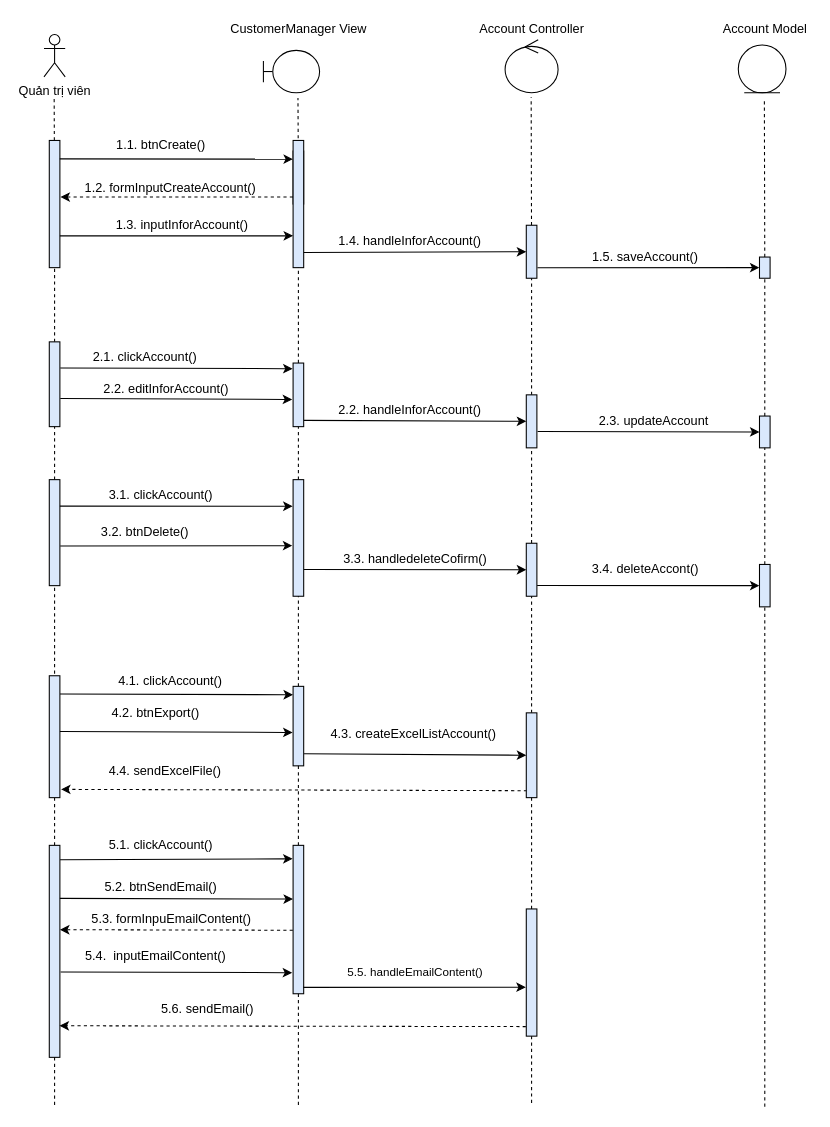
Above: Nam3_HK1/CNPM_SoftTech/Sequence Diagrams/Quân Huỳnh/SD_QuảnLíKháchHàng.drawio in EdgarIgnite16/SGU-Course (draw.io), before the change. Source tidied: cells renumbered, new cells numbered last; positions are measured from the earlier drawing's top-left corner, leaving out a move shared by most shapes. Both pictures are drawn from the tidied source at 106%, with x=0, y=0 at pixel (43, 18).
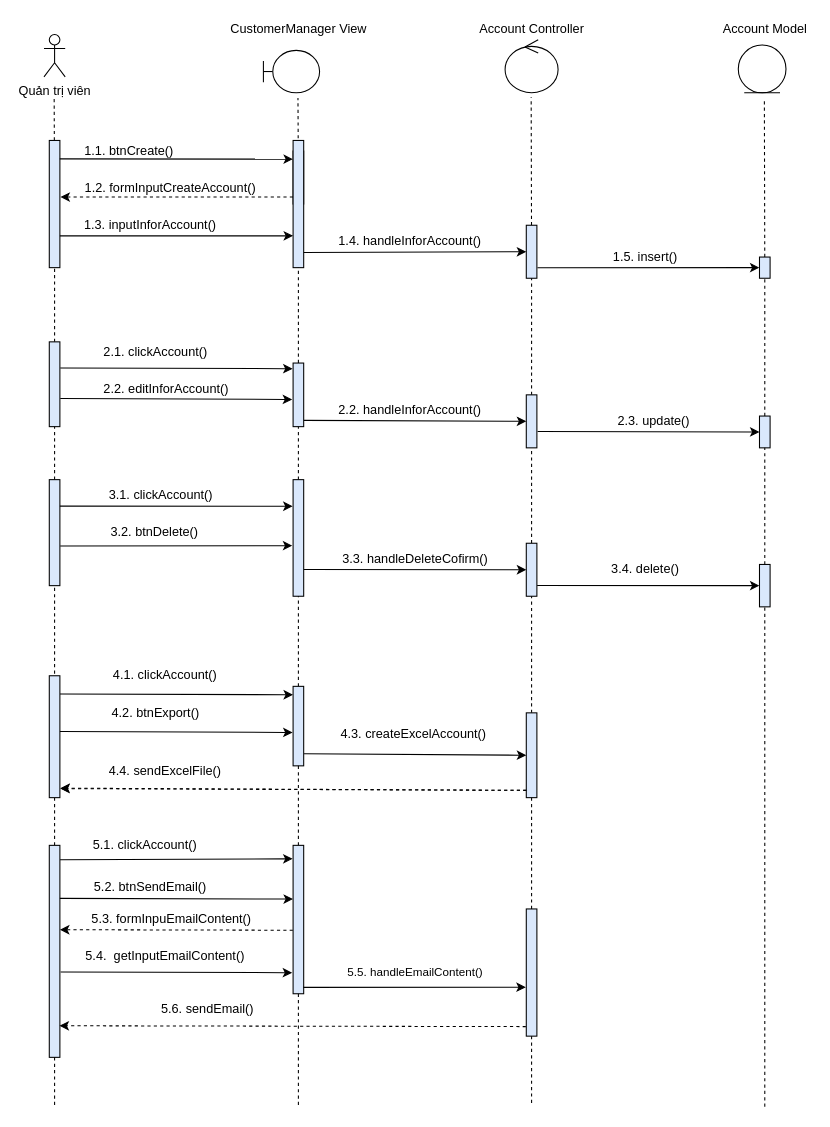
After the change.

The change refers to these unchanged cells:
```xml
<mxCell id="58" style="rounded=0;whiteSpace=wrap;html=1;fillColor=#DAE8FC;" parent="1" vertex="1">
  <mxGeometry x="5" y="620" width="10" height="115" as="geometry" />
</mxCell>
<mxCell id="90" style="rounded=0;whiteSpace=wrap;html=1;fillColor=#DAE8FC;" parent="1" vertex="1">
  <mxGeometry x="455" y="655" width="10" height="80" as="geometry" />
</mxCell>
```

The edit, as a diff of the source:
```diff
@@
     <mxCell id="11" value="1.1. btnCreate()" style="text;html=1;align=center;verticalAlign=middle;strokeColor=none;fillColor=none;" parent="1" vertex="1">
-      <mxGeometry x="60" y="110" width="100" height="20" as="geometry" />
+      <mxGeometry x="30" y="115" width="100" height="20" as="geometry" />
     </mxCell>
@@
     <mxCell id="25" value="1.3. inputInforAccount()" style="text;html=1;align=center;verticalAlign=middle;strokeColor=none;fillColor=none;fontSize=12;" parent="1" vertex="1">
-      <mxGeometry x="60" y="185" width="140" height="20" as="geometry" />
+      <mxGeometry x="30" y="185" width="140" height="20" as="geometry" />
     </mxCell>
@@
-    <mxCell id="29" value="1.5. saveAccount()" style="text;html=1;align=center;verticalAlign=middle;strokeColor=none;fillColor=none;fontSize=12;" parent="1" vertex="1">
-      <mxGeometry x="507" y="215" width="120" height="20" as="geometry" />
+    <mxCell id="29" value="1.5. insert()" style="text;html=1;align=center;verticalAlign=middle;strokeColor=none;fillColor=none;fontSize=12;" parent="1" vertex="1">
+      <mxGeometry x="527" y="215" width="80" height="20" as="geometry" />
     </mxCell>
@@
     <mxCell id="35" value="2.1. clickAccount()" style="text;html=1;align=center;verticalAlign=middle;strokeColor=none;fillColor=none;fontSize=12;" parent="1" vertex="1">
-      <mxGeometry x="40" y="310" width="110" height="20" as="geometry" />
+      <mxGeometry x="50" y="305" width="110" height="20" as="geometry" />
     </mxCell>
@@
     <mxCell id="47" value="3.2. btnDelete()" style="text;html=1;align=center;verticalAlign=middle;strokeColor=none;fillColor=none;" parent="1" vertex="1">
-      <mxGeometry x="45" y="475" width="100" height="20" as="geometry" />
+      <mxGeometry x="54" y="475" width="100" height="20" as="geometry" />
     </mxCell>
@@
-    <mxCell id="51" value="3.3. handledeleteCofirm()" style="text;html=1;align=center;verticalAlign=middle;strokeColor=none;fillColor=none;" parent="1" vertex="1">
+    <mxCell id="51" value="3.3. handleDeleteCofirm()" style="text;html=1;align=center;verticalAlign=middle;strokeColor=none;fillColor=none;" parent="1" vertex="1">
       <mxGeometry x="270" y="495" width="160" height="30" as="geometry" />
     </mxCell>
@@
-    <mxCell id="55" value="3.4. deleteAccont()" style="text;html=1;align=center;verticalAlign=middle;strokeColor=none;fillColor=none;" parent="1" vertex="1">
-      <mxGeometry x="507" y="510" width="120" height="20" as="geometry" />
+    <mxCell id="55" value="3.4. delete()" style="text;html=1;align=center;verticalAlign=middle;strokeColor=none;fillColor=none;" parent="1" vertex="1">
+      <mxGeometry x="522" y="505" width="90" height="30" as="geometry" />
     </mxCell>
@@
     <mxCell id="62" value="4.1. clickAccount()" style="text;html=1;align=center;verticalAlign=middle;strokeColor=none;fillColor=none;" parent="1" vertex="1">
-      <mxGeometry x="64" y="615" width="110" height="20" as="geometry" />
+      <mxGeometry x="59" y="610" width="110" height="20" as="geometry" />
     </mxCell>
@@
-    <mxCell id="64" value="4.3. createExcelListAccount()&amp;nbsp;" style="text;html=1;align=center;verticalAlign=middle;strokeColor=none;fillColor=none;" parent="1" vertex="1">
-      <mxGeometry x="265" y="665" width="170" height="20" as="geometry" />
+    <mxCell id="64" value="4.3. createExcelAccount()&amp;nbsp;" style="text;html=1;align=center;verticalAlign=middle;strokeColor=none;fillColor=none;" parent="1" vertex="1">
+      <mxGeometry x="270" y="660" width="160" height="30" as="geometry" />
     </mxCell>
@@
-    <mxCell id="68" value="2.3. updateAccount" style="text;html=1;align=center;verticalAlign=middle;strokeColor=none;fillColor=none;" parent="1" vertex="1">
-      <mxGeometry x="515" y="370" width="120" height="20" as="geometry" />
+    <mxCell id="68" value="2.3. update()" style="text;html=1;align=center;verticalAlign=middle;strokeColor=none;fillColor=none;" parent="1" vertex="1">
+      <mxGeometry x="530" y="365" width="90" height="30" as="geometry" />
     </mxCell>
@@
-    <mxCell id="70" style="endArrow=classic;html=1;rounded=0;exitX=0.071;exitY=0.918;exitDx=0;exitDy=0;exitPerimeter=0;entryX=1.108;entryY=0.932;entryDx=0;entryDy=0;entryPerimeter=0;dashed=1;" parent="1" edge="1" source="90" target="58">
+    <mxCell id="70" style="endArrow=classic;html=1;rounded=0;exitX=0.008;exitY=0.914;exitDx=0;exitDy=0;exitPerimeter=0;entryX=1.038;entryY=0.922;entryDx=0;entryDy=0;entryPerimeter=0;dashed=1;" parent="1" edge="1" source="90" target="58">
       <mxGeometry relative="1" as="geometry" />
     </mxCell>
@@
     <mxCell id="77" value="5.1. clickAccount()" style="text;html=1;align=center;verticalAlign=middle;strokeColor=none;fillColor=none;" parent="1" vertex="1">
-      <mxGeometry x="55" y="770" width="110" height="20" as="geometry" />
+      <mxGeometry x="40" y="770" width="110" height="20" as="geometry" />
     </mxCell>
@@
     <mxCell id="79" value="5.2. btnSendEmail()" style="text;html=1;align=center;verticalAlign=middle;strokeColor=none;fillColor=none;" parent="1" vertex="1">
-      <mxGeometry x="50" y="810" width="120" height="20" as="geometry" />
+      <mxGeometry x="40" y="810" width="120" height="20" as="geometry" />
     </mxCell>
@@
-    <mxCell id="83" value="5.4.&amp;nbsp; inputEmailContent()" style="text;html=1;align=center;verticalAlign=middle;strokeColor=none;fillColor=none;" parent="1" vertex="1">
-      <mxGeometry x="30" y="875" width="150" height="20" as="geometry" />
+    <mxCell id="83" value="5.4.&amp;nbsp; getInputEmailContent()" style="text;html=1;align=center;verticalAlign=middle;strokeColor=none;fillColor=none;" parent="1" vertex="1">
+      <mxGeometry x="29" y="870" width="170" height="30" as="geometry" />
     </mxCell>
@@
+    <mxCell id="95" style="endArrow=classic;html=1;rounded=0;exitX=0.008;exitY=0.914;exitDx=0;exitDy=0;exitPerimeter=0;entryX=1.033;entryY=0.926;entryDx=0;entryDy=0;entryPerimeter=0;dashed=1;" parent="1" edge="1" source="90" target="58">
+      <mxGeometry relative="1" as="geometry" />
+    </mxCell>
```
